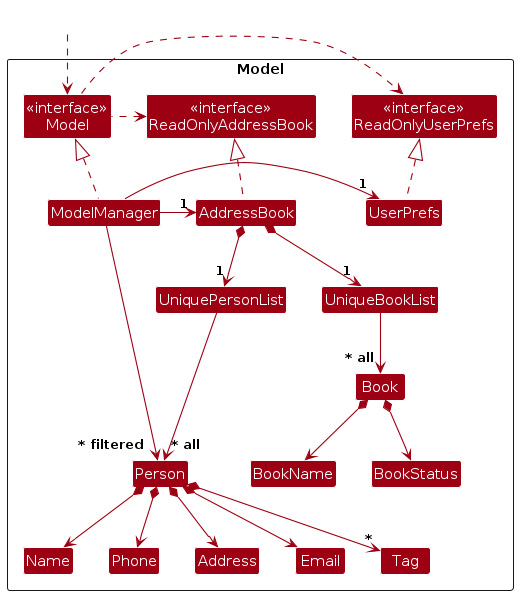
This is diagrams/ModelClassDiagram.png from hutongyan/tp, a PlantUML export, as it was before one commit. Its source is kept beside it as diagrams/ModelClassDiagram.puml. Its diagram source:
```plantuml
@startuml
!include style.puml
skinparam arrowThickness 1.1
skinparam arrowColor MODEL_COLOR
skinparam classBackgroundColor MODEL_COLOR

Package Model as ModelPackage <<Rectangle>>{
Class "<<interface>>\nReadOnlyAddressBook" as ReadOnlyAddressBook
Class "<<interface>>\nReadOnlyUserPrefs" as ReadOnlyUserPrefs
Class "<<interface>>\nModel" as Model
Class AddressBook
Class ModelManager
Class UserPrefs

Class UniquePersonList
Class Person
Class Address
Class Email
Class Name
Class Phone
Class Tag

Class UniqueBookList
Class Book
Class BookName
Class BookStatus

Class I #FFFFFF
}

Class HiddenOutside #FFFFFF
HiddenOutside ..> Model

AddressBook .up.|> ReadOnlyAddressBook

ModelManager .up.|> Model
Model .right.> ReadOnlyUserPrefs
Model .left.> ReadOnlyAddressBook
ModelManager -left-> "1" AddressBook
ModelManager -right-> "1" UserPrefs
UserPrefs .up.|> ReadOnlyUserPrefs

AddressBook *--> "1" UniquePersonList
UniquePersonList --> "~* all" Person
Person *--> Name
Person *--> Phone
Person *--> Email
Person *--> Address
Person *--> "*" Tag

AddressBook *--> "1" UniqueBookList
UniqueBookList --> "~* all" Book
Book *--> BookName
Book *--> BookStatus

Person -[hidden]up--> I
UniquePersonList -[hidden]right-> I

Name -[hidden]right-> Phone
Phone -[hidden]right-> Address
Address -[hidden]right-> Email

ModelManager --> "~* filtered" Person
@enduml
```
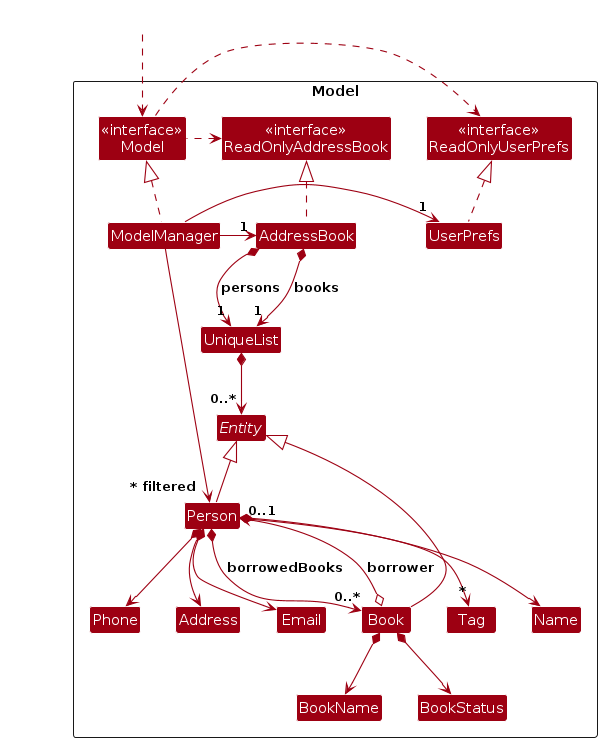
After the commit.

What changed in the source:
```diff
@@ -4,35 +4,36 @@
 skinparam arrowColor MODEL_COLOR
 skinparam classBackgroundColor MODEL_COLOR
 
-Package Model as ModelPackage <<Rectangle>>{
+Package Model as ModelPackage <<Rectangle>> {
 Class "<<interface>>\nReadOnlyAddressBook" as ReadOnlyAddressBook
 Class "<<interface>>\nReadOnlyUserPrefs" as ReadOnlyUserPrefs
 Class "<<interface>>\nModel" as Model
 Class AddressBook
 Class ModelManager
 Class UserPrefs
-
-Class UniquePersonList
+Class UniqueList
+abstract Entity
 Class Person
+Class Book
 Class Address
 Class Email
 Class Name
 Class Phone
 Class Tag
-
-Class UniqueBookList
-Class Book
 Class BookName
 Class BookStatus
+}
 
 Class I #FFFFFF
-}
-
 Class HiddenOutside #FFFFFF
 HiddenOutside ..> Model
 
+
+Entity <|-- Person
+Entity <|-- Book
+
+
 AddressBook .up.|> ReadOnlyAddressBook
-
 ModelManager .up.|> Model
 Model .right.> ReadOnlyUserPrefs
 Model .left.> ReadOnlyAddressBook
@@ -40,21 +41,26 @@
 ModelManager -right-> "1" UserPrefs
 UserPrefs .up.|> ReadOnlyUserPrefs
 
-AddressBook *--> "1" UniquePersonList
-UniquePersonList --> "~* all" Person
+
+AddressBook *--> "1" UniqueList : "persons"
+AddressBook *--> "1" UniqueList : "books"
+
+UniqueList *--> "0..*" Entity
+
 Person *--> Name
 Person *--> Phone
 Person *--> Email
 Person *--> Address
 Person *--> "*" Tag
 
-AddressBook *--> "1" UniqueBookList
-UniqueBookList --> "~* all" Book
 Book *--> BookName
 Book *--> BookStatus
 
+Book o--> "0..1" Person : "borrower"
+Person *--> "0..*" Book : "borrowedBooks"
+
 Person -[hidden]up--> I
-UniquePersonList -[hidden]right-> I
+UniqueList -[hidden]right-> I
 
 Name -[hidden]right-> Phone
 Phone -[hidden]right-> Address
```
